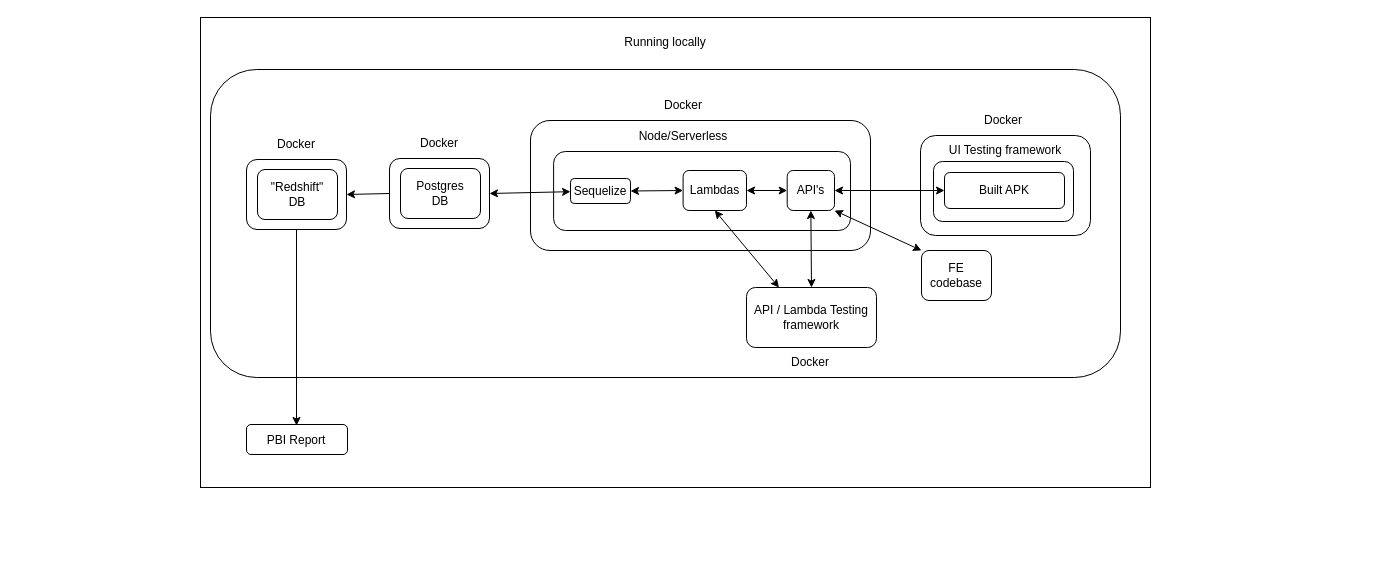
The draw.io diagram project_arch.drawio in tsmithsoftware/local-api-development, before the edit. Source tidied: cells renumbered, new cells numbered last; positions are measured from the earlier drawing's top-left corner, leaving out a move shared by most shapes. Both pictures are drawn from the tidied source at 100%, with x=0, y=0 at pixel (200, 17).
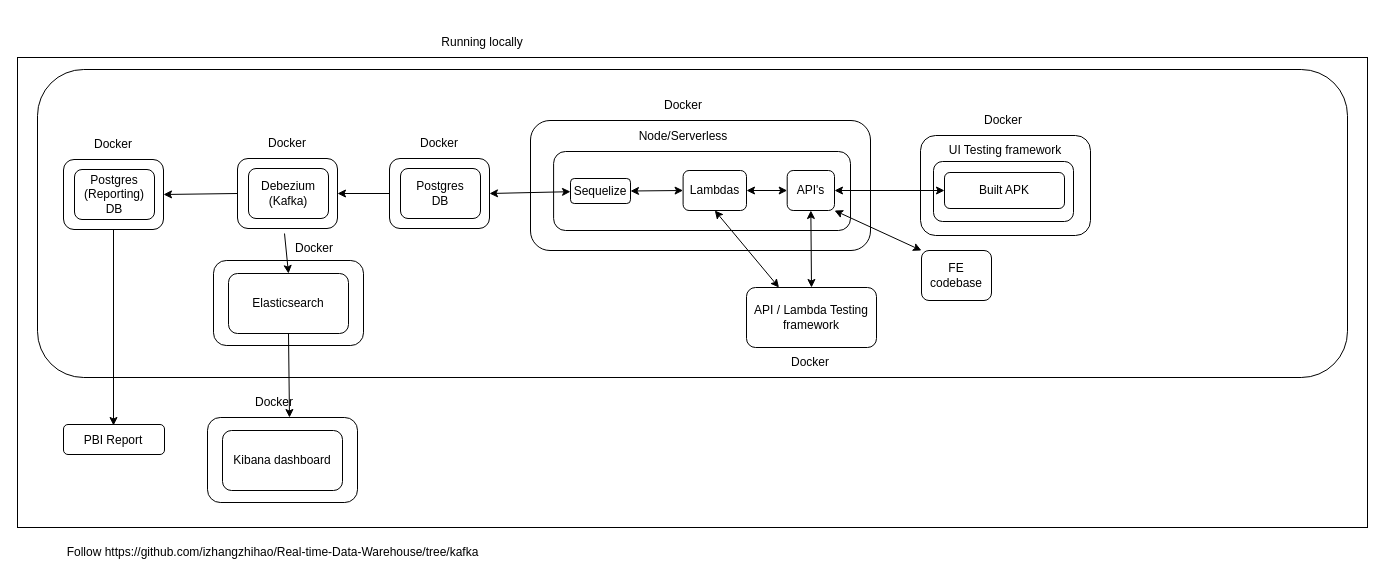
The same page after the edit.

Unchanged cells that the change refers to:
```xml
<mxCell id="5" style="rounded=1;whiteSpace=wrap;html=1;" parent="4" vertex="1">
  <mxGeometry y="30" width="100" height="70" as="geometry" />
</mxCell>
```

What changed in the source:
```diff
@@
     <mxCell id="2" style="rounded=0;whiteSpace=wrap;html=1;" parent="1" vertex="1">
-      <mxGeometry width="950" height="470" as="geometry" />
+      <mxGeometry x="-183" y="40" width="1350" height="470" as="geometry" />
     </mxCell>
     <mxCell id="3" style="rounded=1;whiteSpace=wrap;html=1;" parent="1" vertex="1">
-      <mxGeometry x="10" y="52" width="910" height="308" as="geometry" />
+      <mxGeometry x="-163" y="52" width="1310" height="308" as="geometry" />
     </mxCell>
+    <mxCell id="12" style="group;" parent="1" vertex="1">
+      <mxGeometry x="189" y="111" width="928" height="257" as="geometry" />
+    </mxCell>
+    <mxCell id="13" style="rounded=1;whiteSpace=wrap;html=1;" parent="12" vertex="1">
+      <mxGeometry y="30" width="100" height="70" as="geometry" />
+    </mxCell>
+    <mxCell id="14" style="rounded=1;whiteSpace=wrap;html=1;" parent="12" vertex="1">
+      <mxGeometry x="11" y="40" width="80" height="50" as="geometry" />
+    </mxCell>
+    <mxCell id="15" value="Postgres DB" style="text;html=1;strokeColor=none;fillColor=none;align=center;verticalAlign=middle;whiteSpace=wrap;rounded=0;" parent="12" vertex="1">
+      <mxGeometry x="21" y="50" width="60" height="30" as="geometry" />
+    </mxCell>
+    <mxCell id="16" value="Docker" style="text;html=1;strokeColor=none;fillColor=none;align=center;verticalAlign=middle;whiteSpace=wrap;rounded=0;" parent="12" vertex="1">
+      <mxGeometry x="20" width="60" height="30" as="geometry" />
+    </mxCell>
+    <mxCell id="40" value="Running locally" style="text;html=1;strokeColor=none;fillColor=none;align=center;verticalAlign=middle;whiteSpace=wrap;rounded=0;" parent="1" vertex="1">
+      <mxGeometry x="227" y="10" width="110" height="30" as="geometry" />
+    </mxCell>
     <mxCell id="4" style="group;" parent="1" vertex="1">
-      <mxGeometry x="46" y="112" width="100" height="100" as="geometry" />
+      <mxGeometry x="-137" y="112" width="100" height="100" as="geometry" />
     </mxCell>
@@
-    <mxCell id="7" value="&quot;Redshift&quot; DB" style="text;html=1;strokeColor=none;fillColor=none;align=center;verticalAlign=middle;whiteSpace=wrap;rounded=0;" parent="4" vertex="1">
+    <mxCell id="7" value="Postgres (Reporting) DB" style="text;html=1;strokeColor=none;fillColor=none;align=center;verticalAlign=middle;whiteSpace=wrap;rounded=0;" parent="4" vertex="1">
       <mxGeometry x="21" y="50" width="60" height="30" as="geometry" />
     </mxCell>
@@
     <mxCell id="9" style="group;" parent="1" vertex="1">
-      <mxGeometry x="46" y="407" width="101" height="30" as="geometry" />
+      <mxGeometry x="-137" y="407" width="101" height="30" as="geometry" />
     </mxCell>
@@
-    <mxCell id="12" style="group;" parent="1" vertex="1">
-      <mxGeometry x="189" y="111" width="100" height="100" as="geometry" />
-    </mxCell>
-    <mxCell id="13" style="rounded=1;whiteSpace=wrap;html=1;" parent="12" vertex="1">
-      <mxGeometry y="30" width="100" height="70" as="geometry" />
-    </mxCell>
-    <mxCell id="14" style="rounded=1;whiteSpace=wrap;html=1;" parent="12" vertex="1">
-      <mxGeometry x="11" y="40" width="80" height="50" as="geometry" />
-    </mxCell>
-    <mxCell id="15" value="Postgres DB" style="text;html=1;strokeColor=none;fillColor=none;align=center;verticalAlign=middle;whiteSpace=wrap;rounded=0;" parent="12" vertex="1">
-      <mxGeometry x="21" y="50" width="60" height="30" as="geometry" />
-    </mxCell>
-    <mxCell id="16" value="Docker" style="text;html=1;strokeColor=none;fillColor=none;align=center;verticalAlign=middle;whiteSpace=wrap;rounded=0;" parent="12" vertex="1">
-      <mxGeometry x="20" width="60" height="30" as="geometry" />
-    </mxCell>
     <mxCell id="17" style="group;" parent="1" vertex="1">
-      <mxGeometry x="330" y="73" width="340" height="160" as="geometry" />
+      <mxGeometry x="330" y="73" width="825" height="285" as="geometry" />
     </mxCell>
@@
-    <mxCell id="28" style="endArrow=classic;html=1;rounded=0;exitX=0;exitY=0.5;exitDx=0;exitDy=0;entryX=1;entryY=0.5;entryDx=0;entryDy=0;" parent="1" edge="1" source="13" target="5">
+    <mxCell id="28" style="endArrow=classic;html=1;rounded=0;exitX=0;exitY=0.5;exitDx=0;exitDy=0;entryX=1;entryY=0.5;entryDx=0;entryDy=0;" parent="1" edge="1" source="13" target="47">
       <mxGeometry relative="1" as="geometry" />
     </mxCell>
@@
-    <mxCell id="40" value="Running locally" style="text;html=1;strokeColor=none;fillColor=none;align=center;verticalAlign=middle;whiteSpace=wrap;rounded=0;" parent="1" vertex="1">
-      <mxGeometry x="410" y="10" width="110" height="30" as="geometry" />
-    </mxCell>
@@
+    <mxCell id="45" style="group;" parent="1" vertex="1">
+      <mxGeometry x="37" y="111" width="100" height="100" as="geometry" />
+    </mxCell>
+    <mxCell id="46" value="Docker" style="text;html=1;strokeColor=none;fillColor=none;align=center;verticalAlign=middle;whiteSpace=wrap;rounded=0;" parent="45" vertex="1">
+      <mxGeometry x="20" width="60" height="30" as="geometry" />
+    </mxCell>
+    <mxCell id="47" style="rounded=1;whiteSpace=wrap;html=1;" parent="1" vertex="1">
+      <mxGeometry x="37" y="141" width="100" height="70" as="geometry" />
+    </mxCell>
+    <mxCell id="48" style="rounded=1;whiteSpace=wrap;html=1;" parent="1" vertex="1">
+      <mxGeometry x="48" y="151" width="80" height="50" as="geometry" />
+    </mxCell>
+    <mxCell id="49" value="Debezium (Kafka)" style="text;html=1;strokeColor=none;fillColor=none;align=center;verticalAlign=middle;whiteSpace=wrap;rounded=0;" parent="1" vertex="1">
+      <mxGeometry x="58" y="161" width="60" height="30" as="geometry" />
+    </mxCell>
+    <mxCell id="50" style="endArrow=classic;html=1;rounded=0;exitX=0;exitY=0.5;exitDx=0;exitDy=0;entryX=1;entryY=0.5;entryDx=0;entryDy=0;" parent="1" edge="1" source="47" target="5">
+      <mxGeometry relative="1" as="geometry" />
+    </mxCell>
+    <mxCell id="51" value="Follow&amp;nbsp;https://github.com/izhangzhihao/Real-time-Data-Warehouse/tree/kafka" style="text;html=1;align=center;verticalAlign=middle;strokeColor=none;fillColor=none;" parent="1" vertex="1">
+      <mxGeometry x="-148" y="520" width="440" height="30" as="geometry" />
+    </mxCell>
+    <mxCell id="52" style="group;" parent="1" vertex="1">
+      <mxGeometry x="7" y="370" width="150" height="115" as="geometry" />
+    </mxCell>
+    <mxCell id="53" value="Docker" style="text;html=1;strokeColor=none;fillColor=none;align=center;verticalAlign=middle;whiteSpace=wrap;rounded=0;" parent="52" vertex="1">
+      <mxGeometry x="37" width="60" height="30" as="geometry" />
+    </mxCell>
+    <mxCell id="54" style="rounded=1;whiteSpace=wrap;html=1;" parent="52" vertex="1">
+      <mxGeometry y="30" width="150" height="85" as="geometry" />
+    </mxCell>
+    <mxCell id="55" value="Kibana dashboard" style="rounded=1;whiteSpace=wrap;html=1;" parent="52" vertex="1">
+      <mxGeometry x="15" y="43" width="120" height="60" as="geometry" />
+    </mxCell>
+    <mxCell id="56" style="group;" parent="1" vertex="1">
+      <mxGeometry x="13" y="211" width="150" height="117" as="geometry" />
+    </mxCell>
+    <mxCell id="57" value="Docker" style="text;html=1;strokeColor=none;fillColor=none;align=center;verticalAlign=middle;whiteSpace=wrap;rounded=0;" parent="56" vertex="1">
+      <mxGeometry x="71" y="5" width="60" height="30" as="geometry" />
+    </mxCell>
+    <mxCell id="58" style="group;" parent="56" vertex="1">
+      <mxGeometry y="32" width="150" height="85" as="geometry" />
+    </mxCell>
+    <mxCell id="59" style="rounded=1;whiteSpace=wrap;html=1;" parent="58" vertex="1">
+      <mxGeometry width="150" height="85" as="geometry" />
+    </mxCell>
+    <mxCell id="60" value="Elasticsearch" style="rounded=1;whiteSpace=wrap;html=1;" parent="58" vertex="1">
+      <mxGeometry x="15" y="13" width="120" height="60" as="geometry" />
+    </mxCell>
+    <mxCell id="61" style="endArrow=classic;html=1;rounded=0;exitX=0;exitY=0;exitDx=0;exitDy=0;entryX=0.5;entryY=0;entryDx=0;entryDy=0;" parent="56" edge="1" source="57" target="60">
+      <mxGeometry relative="1" as="geometry" />
+    </mxCell>
+    <mxCell id="62" style="endArrow=classic;html=1;rounded=0;exitX=0.5;exitY=1;exitDx=0;exitDy=0;entryX=0.75;entryY=1;entryDx=0;entryDy=0;" parent="1" edge="1" source="60" target="53">
+      <mxGeometry relative="1" as="geometry" />
+    </mxCell>
```
